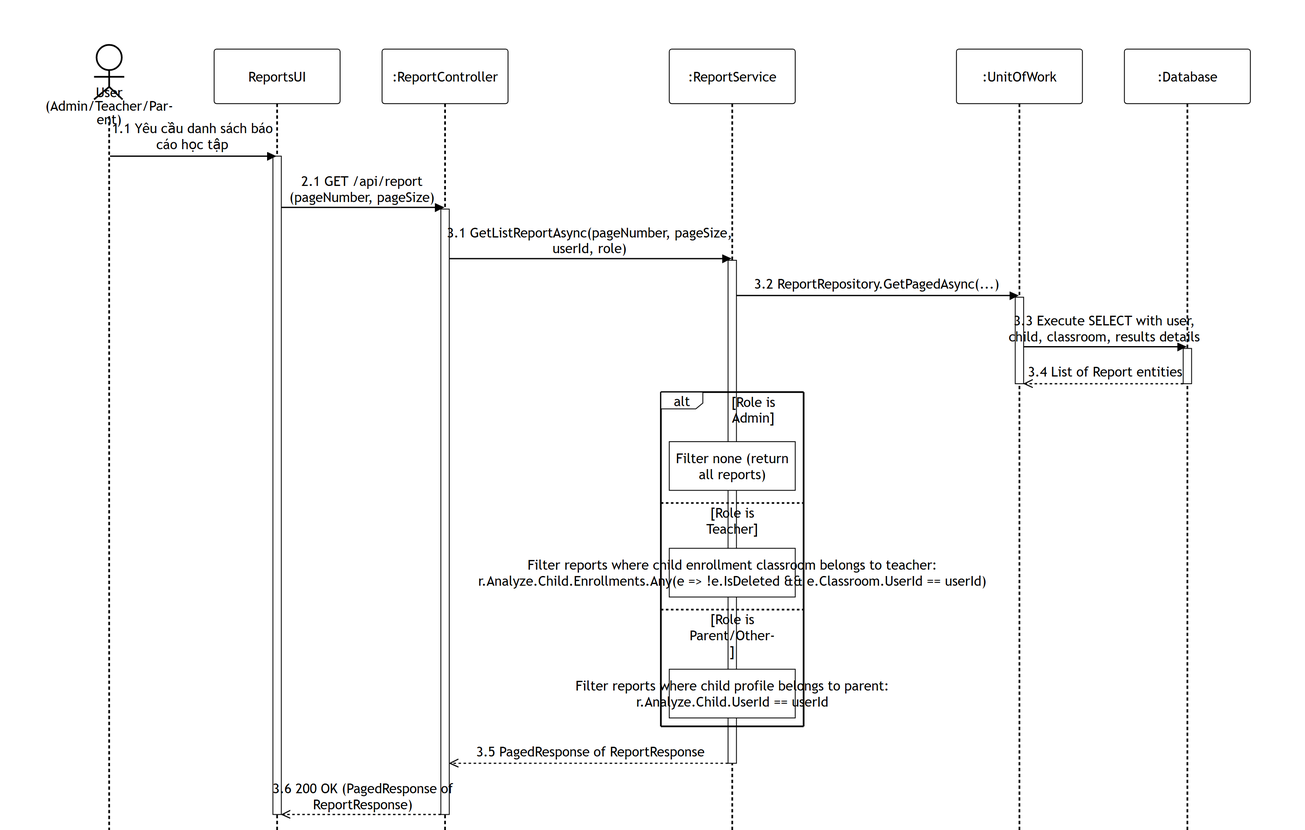
Before: 08-reports-system-settings/images/apis/get-list-reports.png, a diagram exported from Mermaid (PhucAnDev/docx-diagram). Its source is kept beside it as 08-reports-system-settings/sequence-diagram/apis/get-list-reports.mmd. Source of this version:
```mermaid
%%{init: {'theme':'base', 'themeVariables': {'actorBkg':'#ffffff','actorBorder':'#000000','actorTextColor':'#000000','actorLineColor':'#000000','signalColor':'#000000','signalTextColor':'#000000','labelBoxBkgColor':'#ffffff','labelBoxBorderColor':'#000000','labelTextColor':'#000000','loopTextColor':'#000000','noteBkgColor':'#ffffff','noteBorderColor':'#000000','noteTextColor':'#000000','activationBorderColor':'#000000','activationBkgColor':'#ffffff','sequenceNumberColor':'#000000'}, 'sequence': {'width':150,'height':65,'actorFontSize':16,'messageFontSize':16,'wrap':true,'wrapPadding':10}}}%%
sequenceDiagram
    title GET /api/report
    actor User as User (Admin/Teacher/Parent)
    participant UI as ReportsUI
    participant Endpoint as :ReportController
    participant Service as :ReportService
    participant DB as :UnitOfWork
    participant Database as :Database

    User->>UI: 1.1 Yêu cầu danh sách báo cáo học tập
    activate UI
    UI->>Endpoint: 2.1 GET /api/report (pageNumber, pageSize)
    activate Endpoint

    Endpoint->>Service: 3.1 GetListReportAsync(pageNumber, pageSize, userId, role)
    activate Service

    Service->>DB: 3.2 ReportRepository.GetPagedAsync(...)
    activate DB
    DB->>Database: 3.3 Execute SELECT with user, child, classroom, results details
    activate Database
    Database-->>DB: 3.4 List of Report entities
    deactivate Database
    deactivate DB

    alt Role is Admin
        note over Service: Filter none (return all reports)
    else Role is Teacher
        note over Service: Filter reports where child enrollment classroom belongs to teacher:<br/>r.Analyze.Child.Enrollments.Any(e => !e.IsDeleted && e.Classroom.UserId == userId)
    else Role is Parent/Other
        note over Service: Filter reports where child profile belongs to parent:<br/>r.Analyze.Child.UserId == userId
    end

    Service-->>Endpoint: 3.5 PagedResponse of ReportResponse
    deactivate Service
    Endpoint-->>UI: 3.6 200 OK (PagedResponse of ReportResponse)
    deactivate Endpoint
    deactivate UI
```
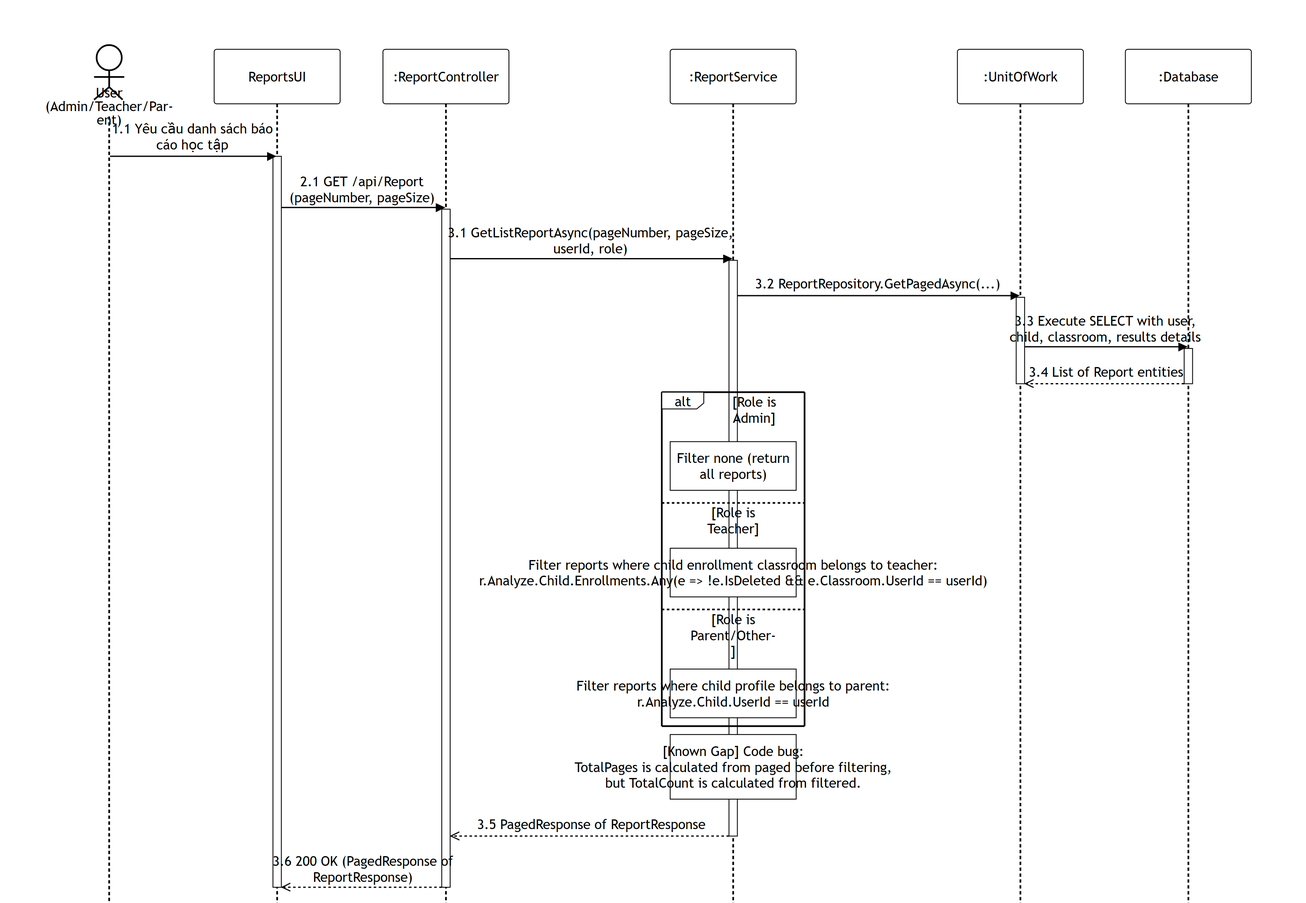
The same file after the commit.

Commit message:
fix: update create-report.mmd and get-list-reports.mmd with correct route casing, validation checks, error/success messages, a warning note, and activations

The edit, as a diff of the source:
```diff
@@ -1,6 +1,6 @@
 %%{init: {'theme':'base', 'themeVariables': {'actorBkg':'#ffffff','actorBorder':'#000000','actorTextColor':'#000000','actorLineColor':'#000000','signalColor':'#000000','signalTextColor':'#000000','labelBoxBkgColor':'#ffffff','labelBoxBorderColor':'#000000','labelTextColor':'#000000','loopTextColor':'#000000','noteBkgColor':'#ffffff','noteBorderColor':'#000000','noteTextColor':'#000000','activationBorderColor':'#000000','activationBkgColor':'#ffffff','sequenceNumberColor':'#000000'}, 'sequence': {'width':150,'height':65,'actorFontSize':16,'messageFontSize':16,'wrap':true,'wrapPadding':10}}}%%
 sequenceDiagram
-    title GET /api/report
+    title GET /api/Report
     actor User as User (Admin/Teacher/Parent)
     participant UI as ReportsUI
     participant Endpoint as :ReportController
@@ -10,7 +10,7 @@
 
     User->>UI: 1.1 Yêu cầu danh sách báo cáo học tập
     activate UI
-    UI->>Endpoint: 2.1 GET /api/report (pageNumber, pageSize)
+    UI->>Endpoint: 2.1 GET /api/Report (pageNumber, pageSize)
     activate Endpoint
 
     Endpoint->>Service: 3.1 GetListReportAsync(pageNumber, pageSize, userId, role)
@@ -32,6 +32,8 @@
         note over Service: Filter reports where child profile belongs to parent:<br/>r.Analyze.Child.UserId == userId
     end
 
+    note over Service: [Known Gap] Code bug:<br/>TotalPages is calculated from paged before filtering,<br/>but TotalCount is calculated from filtered.
+
     Service-->>Endpoint: 3.5 PagedResponse of ReportResponse
     deactivate Service
     Endpoint-->>UI: 3.6 200 OK (PagedResponse of ReportResponse)
```
